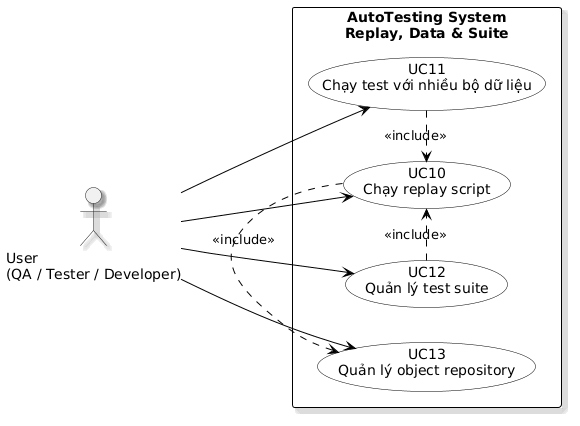
Above: images/usecase/usecase_replay_data_suite.png in NguyenHung1207/thesis-report (PlantUML), before the change. Source of this version:
```plantuml
@startuml
left to right direction

skinparam packageStyle rectangle
skinparam shadowing true
skinparam usecase {
  BackgroundColor White
  BorderColor Black
  ArrowColor Black
}
skinparam rectangle {
  BorderColor Black
}

actor "User\n(QA / Tester / Developer)" as User

rectangle "AutoTesting System\nReplay, Data & Suite" {
  usecase "UC10\nChạy replay script" as UC10
  usecase "UC11\nChạy test với nhiều bộ dữ liệu" as UC11
  usecase "UC12\nQuản lý test suite" as UC12
  usecase "UC13\nQuản lý object repository" as UC13
}

User --> UC10
User --> UC11
User --> UC12
User --> UC13

UC11 .> UC10 : <<include>>
UC12 .> UC10 : <<include>>
UC10 .> UC13 : <<include>>
@enduml
```
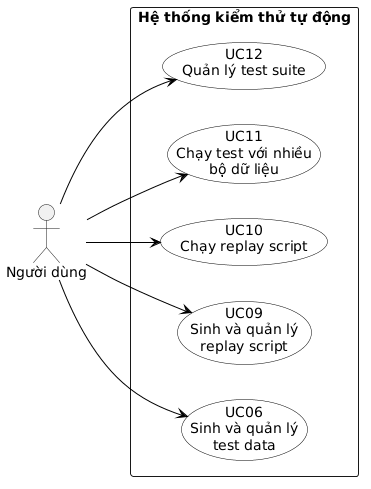
Above is the later version.

Change to the diagram source:
```diff
@@ -1,32 +1,31 @@
 @startuml
 left to right direction
 
+skinparam shadowing false
 skinparam packageStyle rectangle
-skinparam shadowing true
 skinparam usecase {
-  BackgroundColor White
-  BorderColor Black
-  ArrowColor Black
-}
-skinparam rectangle {
-  BorderColor Black
+    BackgroundColor white
+    BorderColor black
+    ArrowColor black
 }
 
-actor "User\n(QA / Tester / Developer)" as User
+actor "Người dùng" as User
 
-rectangle "AutoTesting System\nReplay, Data & Suite" {
-  usecase "UC10\nChạy replay script" as UC10
-  usecase "UC11\nChạy test với nhiều bộ dữ liệu" as UC11
-  usecase "UC12\nQuản lý test suite" as UC12
-  usecase "UC13\nQuản lý object repository" as UC13
+rectangle "Hệ thống kiểm thử tự động" {
+    usecase "UC06\nSinh và quản lý\ntest data" as UC06
+
+    usecase "UC09\nSinh và quản lý\nreplay script" as UC09
+
+    usecase "UC10\nChạy replay script" as UC10
+
+    usecase "UC11\nChạy test với nhiều\nbộ dữ liệu" as UC11
+
+    usecase "UC12\nQuản lý test suite" as UC12
 }
 
+User --> UC06
+User --> UC09
 User --> UC10
 User --> UC11
 User --> UC12
-User --> UC13
-
-UC11 .> UC10 : <<include>>
-UC12 .> UC10 : <<include>>
-UC10 .> UC13 : <<include>>
 @enduml
```
